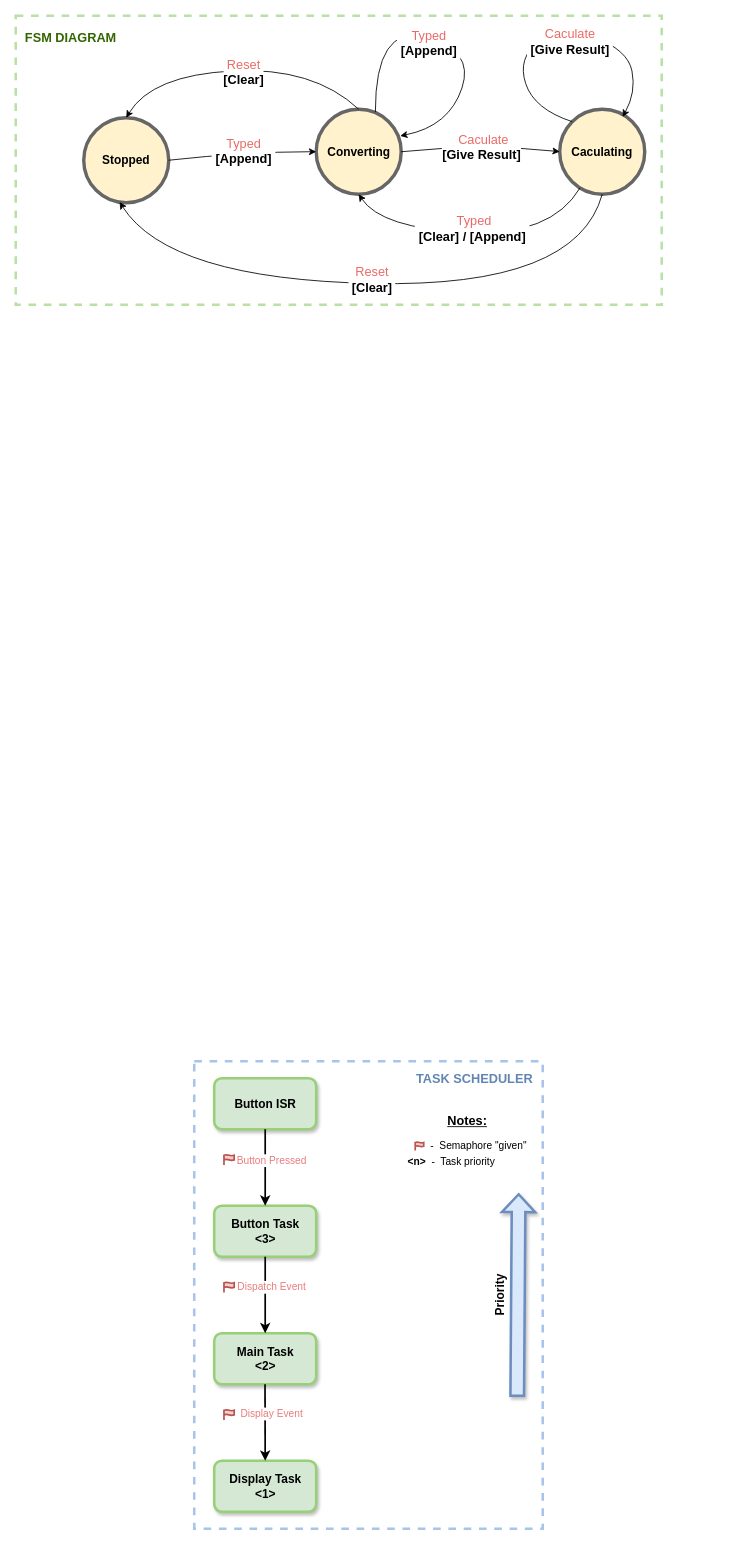
The draw.io diagram Untitled Diagram.drawio in trieu1162000/AESP, before the edit. Source tidied: cells renumbered, new cells numbered last; positions are measured from the earlier drawing's top-left corner, leaving out a move shared by most shapes. Both pictures are drawn from the tidied source at 85%, with x=0, y=0 at pixel (15, 15).
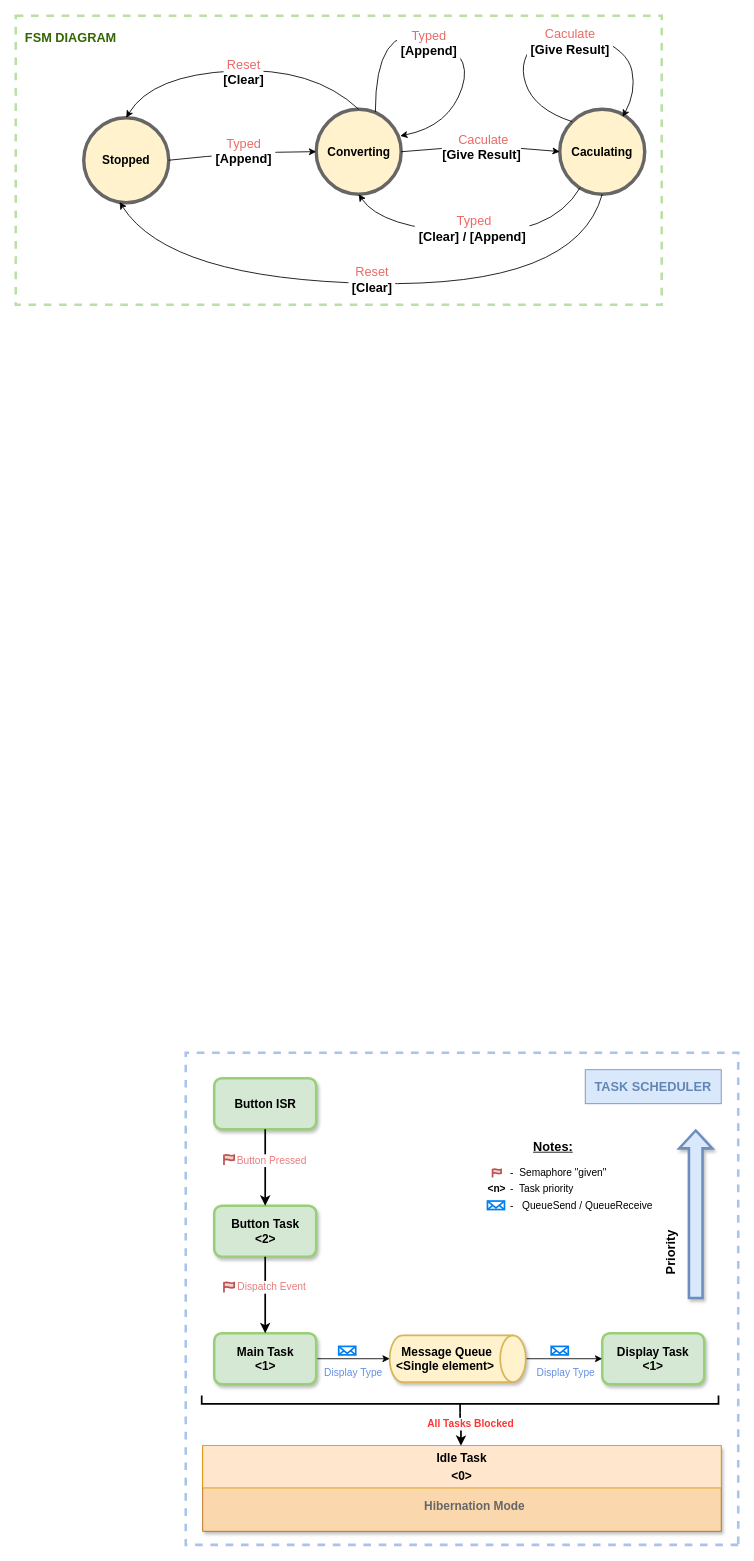
After the change.

Change to the diagram source:
```diff
@@
-    <mxCell id="3" style="rounded=0;whiteSpace=wrap;html=1;strokeColor=#A9C4EB;align=center;verticalAlign=middle;fontFamily=Helvetica;fontSize=12;fontColor=default;fillColor=default;dashed=1;shadow=0;glass=0;perimeterSpacing=0;strokeWidth=3;" parent="1" vertex="1">
-      <mxGeometry x="210" y="1230" width="410" height="550" as="geometry" />
+    <mxCell id="3" style="rounded=0;whiteSpace=wrap;html=1;strokeColor=#A9C4EB;align=center;verticalAlign=middle;fontFamily=Helvetica;fontSize=12;fontColor=default;fillColor=default;dashed=1;shadow=0;glass=0;perimeterSpacing=0;strokeWidth=3;direction=west;" parent="1" vertex="1">
+      <mxGeometry x="200" y="1220" width="650" height="579" as="geometry" />
     </mxCell>
@@
-    <mxCell id="20" value="&lt;b style=&quot;font-size: 14px;&quot;&gt;&lt;font style=&quot;font-size: 14px;&quot;&gt;Button Task&lt;br&gt;&amp;lt;3&amp;gt;&lt;br&gt;&lt;/font&gt;&lt;/b&gt;" style="rounded=1;whiteSpace=wrap;html=1;fillColor=#D5E8D4;strokeWidth=3;strokeColor=#97D077;shadow=1;" parent="1" vertex="1">
+    <mxCell id="20" value="&lt;b style=&quot;font-size: 14px;&quot;&gt;&lt;font style=&quot;font-size: 14px;&quot;&gt;Button Task&lt;br&gt;&amp;lt;2&amp;gt;&lt;br&gt;&lt;/font&gt;&lt;/b&gt;" style="rounded=1;whiteSpace=wrap;html=1;fillColor=#D5E8D4;strokeWidth=3;strokeColor=#97D077;shadow=1;" parent="1" vertex="1">
       <mxGeometry x="233.5" y="1400" width="120" height="60" as="geometry" />
     </mxCell>
+    <mxCell id="41" style="edgeStyle=orthogonalEdgeStyle;rounded=0;jettySize=auto;html=1;" parent="1" edge="1" source="21" target="43">
+      <mxGeometry relative="1" as="geometry" />
+    </mxCell>
-    <mxCell id="21" value="&lt;b style=&quot;font-size: 14px;&quot;&gt;&lt;font style=&quot;font-size: 14px;&quot;&gt;Main Task&lt;br&gt;&amp;lt;2&amp;gt;&lt;br&gt;&lt;/font&gt;&lt;/b&gt;" style="rounded=1;whiteSpace=wrap;html=1;fillColor=#D5E8D4;shadow=1;strokeColor=#97D077;strokeWidth=3;" parent="1" vertex="1">
+    <mxCell id="21" value="&lt;b style=&quot;font-size: 14px;&quot;&gt;&lt;font style=&quot;font-size: 14px;&quot;&gt;Main Task&lt;br&gt;&amp;lt;1&amp;gt;&lt;br&gt;&lt;/font&gt;&lt;/b&gt;" style="rounded=1;whiteSpace=wrap;html=1;fillColor=#D5E8D4;shadow=1;strokeColor=#97D077;strokeWidth=3;" parent="1" vertex="1">
       <mxGeometry x="233.5" y="1550" width="120" height="60" as="geometry" />
     </mxCell>
@@
     <mxCell id="24" value="&lt;b style=&quot;font-size: 14px;&quot;&gt;&lt;font style=&quot;font-size: 14px;&quot;&gt;Display Task&lt;br&gt;&amp;lt;1&amp;gt;&lt;br&gt;&lt;/font&gt;&lt;/b&gt;" style="rounded=1;whiteSpace=wrap;html=1;fillColor=#D5E8D4;strokeColor=#97D077;shadow=1;strokeWidth=3;" parent="1" vertex="1">
-      <mxGeometry x="233.5" y="1700" width="120" height="60" as="geometry" />
+      <mxGeometry x="690" y="1550" width="120" height="60" as="geometry" />
     </mxCell>
-    <mxCell id="25" value="&lt;span style=&quot;font-size: 15px;&quot;&gt;&lt;b&gt;&lt;font color=&quot;#6286b3&quot;&gt;TASK SCHEDULER&lt;/font&gt;&lt;br&gt;&lt;/b&gt;&lt;/span&gt;" style="text;html=1;strokeColor=none;fillColor=none;align=center;verticalAlign=middle;whiteSpace=wrap;rounded=0;fontSize=12;fontFamily=Helvetica;fontColor=default;" parent="1" vertex="1">
-      <mxGeometry x="470" y="1230" width="140" height="40" as="geometry" />
+    <mxCell id="25" value="&lt;span style=&quot;font-size: 15px;&quot;&gt;&lt;b&gt;&lt;font color=&quot;#6286b3&quot;&gt;TASK SCHEDULER&lt;/font&gt;&lt;br&gt;&lt;/b&gt;&lt;/span&gt;" style="text;html=1;strokeColor=#6c8ebf;fillColor=#dae8fc;align=center;verticalAlign=middle;whiteSpace=wrap;rounded=0;fontSize=12;fontFamily=Helvetica;" parent="1" vertex="1">
+      <mxGeometry x="670" y="1240" width="160" height="40" as="geometry" />
     </mxCell>
@@
-    <mxCell id="27" value="&lt;font style=&quot;&quot;&gt;&lt;font size=&quot;1&quot; style=&quot;&quot;&gt;&lt;b style=&quot;font-size: 14px;&quot;&gt;Priority&lt;/b&gt;&lt;/font&gt;&lt;br&gt;&lt;/font&gt;" style="text;html=1;strokeColor=none;fillColor=none;align=center;verticalAlign=middle;whiteSpace=wrap;rounded=0;fontSize=12;fontFamily=Helvetica;fontColor=default;rotation=-90;" parent="1" vertex="1">
-      <mxGeometry x="540" y="1490" width="60" height="30" as="geometry" />
+    <mxCell id="27" value="&lt;font style=&quot;&quot;&gt;&lt;font size=&quot;1&quot; style=&quot;&quot;&gt;&lt;b style=&quot;font-size: 15px;&quot;&gt;Priority&lt;/b&gt;&lt;/font&gt;&lt;br&gt;&lt;/font&gt;" style="text;html=1;strokeColor=none;fillColor=none;align=center;verticalAlign=middle;whiteSpace=wrap;rounded=0;fontSize=12;fontFamily=Helvetica;fontColor=default;rotation=-90;" parent="1" vertex="1">
+      <mxGeometry x="740" y="1440" width="60" height="30" as="geometry" />
     </mxCell>
-    <mxCell id="28" style="shape=flexArrow;endArrow=classic;html=1;rounded=0;fontFamily=Helvetica;fontSize=12;fontColor=default;shadow=1;strokeColor=#6c8ebf;fillColor=#dae8fc;strokeWidth=3;width=14;" parent="1" edge="1">
-      <mxGeometry relative="1" as="geometry">
-        <mxPoint x="590" y="1625" as="sourcePoint" />
-        <mxPoint x="591.7" y="1385" as="targetPoint" />
-      </mxGeometry>
-    </mxCell>
@@
-    <mxCell id="35" style="curved=1;endArrow=classic;html=1;rounded=0;exitX=0.5;exitY=1;exitDx=0;exitDy=0;entryX=0.5;entryY=0;entryDx=0;entryDy=0;strokeWidth=2;" parent="1" edge="1" target="24">
-      <mxGeometry relative="1" as="geometry">
-        <mxPoint x="293.3" y="1610" as="sourcePoint" />
-      </mxGeometry>
-    </mxCell>
-    <mxCell id="36" value="&lt;font style=&quot;&quot;&gt;&lt;font style=&quot;font-size: 12px;&quot;&gt;Display Event&lt;/font&gt;&lt;br&gt;&lt;/font&gt;" style="edgeLabel;html=1;align=center;verticalAlign=middle;fontColor=#e87d7d;" parent="35" vertex="1">
-      <mxGeometry x="0.05" y="5" relative="1" as="geometry">
-        <mxPoint x="2" y="-12" as="offset" />
-      </mxGeometry>
-    </mxCell>
-    <mxCell id="37" style="html=1;verticalLabelPosition=bottom;align=center;labelBackgroundColor=#ffffff;verticalAlign=top;strokeWidth=2;strokeColor=#b85450;shadow=0;dashed=0;shape=mxgraph.ios7.icons.flag;fillColor=#f8cecc;" parent="1" vertex="1">
-      <mxGeometry x="245" y="1640" width="12" height="12" as="geometry" />
-    </mxCell>
     <mxCell id="38" value="&lt;font style=&quot;font-size: 15px;&quot;&gt;&lt;br&gt;&lt;/font&gt;" style="edgeLabel;html=1;align=center;verticalAlign=middle;fontColor=#e87d7d;" parent="1" vertex="1">
-      <mxGeometry x="570" y="1290" as="geometry" />
+      <mxGeometry x="671" y="1332.5" as="geometry" />
     </mxCell>
-    <mxCell id="39" value="&lt;p style=&quot;line-height: 140%;&quot;&gt;&lt;font style=&quot;font-size: 12px;&quot;&gt;&lt;b style=&quot;font-size: 15px;&quot;&gt;&lt;u&gt;Notes:&lt;/u&gt;&lt;/b&gt;&lt;br&gt;&lt;/font&gt;&lt;/p&gt;&lt;div style=&quot;text-align: left; line-height: 180%;&quot;&gt;&lt;font style=&quot;font-size: 12px;&quot;&gt;&lt;span style=&quot;&quot;&gt;&amp;nbsp; &amp;nbsp; &amp;nbsp; &amp;nbsp; -&amp;nbsp; Semaphore &quot;given&quot;&lt;/span&gt;&lt;/font&gt;&lt;/div&gt;&lt;div style=&quot;text-align: left;&quot;&gt;&lt;font style=&quot;font-size: 12px;&quot;&gt;&lt;span style=&quot;&quot;&gt;&lt;b&gt;&amp;lt;n&amp;gt;&lt;/b&gt;&amp;nbsp; -&amp;nbsp; Task priority&lt;/span&gt;&lt;/font&gt;&lt;/div&gt;&lt;font style=&quot;font-size: 12px;&quot;&gt;&lt;br&gt;&lt;/font&gt;&lt;p&gt;&lt;/p&gt;" style="edgeLabel;html=1;align=center;verticalAlign=middle;" parent="1" vertex="1">
-      <mxGeometry x="530" y="1330" as="geometry" />
+    <mxCell id="39" value="&lt;p style=&quot;line-height: 140%;&quot;&gt;&lt;font style=&quot;font-size: 12px;&quot;&gt;&lt;b style=&quot;font-size: 15px;&quot;&gt;&lt;u&gt;Notes:&lt;/u&gt;&lt;/b&gt;&lt;br&gt;&lt;/font&gt;&lt;/p&gt;&lt;blockquote style=&quot;margin: 0 0 0 40px; border: none; padding: 0px;&quot;&gt;&lt;/blockquote&gt;&lt;blockquote style=&quot;margin: 0px 0px 0px 40px; border: none; padding: 0px; line-height: 170%;&quot;&gt;&lt;div style=&quot;text-align: left; line-height: 170%;&quot;&gt;&lt;span style=&quot;font-size: 12px;&quot;&gt;&lt;span style=&quot;white-space: pre;&quot;&gt;&#9;&lt;/span&gt;-&amp;nbsp; Semaphore &quot;given&quot;&lt;/span&gt;&lt;/div&gt;&lt;b style=&quot;font-size: 12px;&quot;&gt;&lt;div style=&quot;text-align: left; line-height: 170%;&quot;&gt;&lt;b&gt;&amp;lt;n&amp;gt;&lt;/b&gt;&lt;span style=&quot;font-weight: normal;&quot;&gt;&amp;nbsp;&lt;span style=&quot;white-space: pre;&quot;&gt;&#9;&lt;/span&gt;-&amp;nbsp; Task priority&lt;/span&gt;&lt;/div&gt;&lt;/b&gt;&lt;div style=&quot;text-align: left; line-height: 170%;&quot;&gt;&lt;font style=&quot;font-size: 12px;&quot;&gt;&lt;span style=&quot;&quot;&gt;&lt;span style=&quot;white-space: pre;&quot;&gt;&#9;&lt;/span&gt;-&amp;nbsp; &amp;nbsp;QueueSend / QueueReceive&lt;/span&gt;&lt;/font&gt;&lt;/div&gt;&lt;/blockquote&gt;&lt;blockquote style=&quot;margin: 0 0 0 40px; border: none; padding: 0px;&quot;&gt;&lt;/blockquote&gt;&lt;font style=&quot;font-size: 12px;&quot;&gt;&lt;br&gt;&lt;/font&gt;&lt;p&gt;&lt;/p&gt;" style="edgeLabel;html=1;align=center;verticalAlign=middle;" parent="1" vertex="1">
+      <mxGeometry x="631" y="1372.5" as="geometry" />
     </mxCell>
     <mxCell id="40" style="html=1;verticalLabelPosition=bottom;align=center;labelBackgroundColor=#ffffff;verticalAlign=top;strokeWidth=2;strokeColor=#b85450;shadow=0;dashed=0;shape=mxgraph.ios7.icons.flag;fillColor=#f8cecc;" parent="1" vertex="1">
-      <mxGeometry x="470" y="1325" width="10" height="10" as="geometry" />
+      <mxGeometry x="561" y="1356.8" width="10" height="10" as="geometry" />
     </mxCell>
+    <mxCell id="42" style="edgeStyle=orthogonalEdgeStyle;rounded=0;jettySize=auto;html=1;entryX=0;entryY=0.5;entryDx=0;entryDy=0;" parent="1" edge="1" source="43" target="24">
+      <mxGeometry relative="1" as="geometry" />
+    </mxCell>
+    <mxCell id="43" value="&lt;div style=&quot;font-size: 14px;&quot;&gt;&lt;font style=&quot;font-size: 14px;&quot;&gt;Message Queue&lt;/font&gt;&lt;/div&gt;&lt;div style=&quot;font-size: 14px;&quot;&gt;&lt;font style=&quot;font-size: 14px;&quot;&gt;&amp;lt;Single element&amp;gt;&amp;nbsp;&lt;/font&gt;&lt;/div&gt;" style="shape=cylinder3;whiteSpace=wrap;html=1;boundedLbl=1;backgroundOutline=1;size=15;rotation=0;align=center;flipV=1;flipH=1;direction=north;fillColor=#fff2cc;strokeColor=#d6b656;fontStyle=1;strokeWidth=2;shadow=1;" parent="1" vertex="1">
+      <mxGeometry x="440" y="1552.5" width="160" height="55" as="geometry" />
+    </mxCell>
+    <mxCell id="44" style="strokeWidth=2;html=1;shape=mxgraph.flowchart.annotation_2;align=left;labelPosition=right;rotation=-90;" parent="1" vertex="1">
+      <mxGeometry x="512.8" y="1329.2" width="20" height="608" as="geometry" />
+    </mxCell>
+    <mxCell id="45" style="html=1;verticalLabelPosition=bottom;align=center;labelBackgroundColor=#ffffff;verticalAlign=top;strokeWidth=2;strokeColor=#0080F0;shadow=0;dashed=0;shape=mxgraph.ios7.icons.mail;" parent="1" vertex="1">
+      <mxGeometry x="380" y="1565.5" width="20" height="10" as="geometry" />
+    </mxCell>
+    <mxCell id="46" style="html=1;verticalLabelPosition=bottom;align=center;labelBackgroundColor=#ffffff;verticalAlign=top;strokeWidth=2;strokeColor=#0080F0;shadow=0;dashed=0;shape=mxgraph.ios7.icons.mail;" parent="1" vertex="1">
+      <mxGeometry x="630" y="1565.5" width="20" height="10" as="geometry" />
+    </mxCell>
+    <mxCell id="47" value="&lt;font style=&quot;&quot;&gt;&lt;font color=&quot;#6590e6&quot; style=&quot;font-size: 12px;&quot;&gt;Display Type&lt;/font&gt;&lt;br&gt;&lt;/font&gt;" style="edgeLabel;html=1;align=center;verticalAlign=middle;fontColor=#e87d7d;" parent="1" vertex="1">
+      <mxGeometry x="400" y="1600" as="geometry">
+        <mxPoint x="-4" y="-4" as="offset" />
+      </mxGeometry>
+    </mxCell>
+    <mxCell id="48" style="shape=flexArrow;endArrow=classic;html=1;rounded=0;fontFamily=Helvetica;fontSize=12;fontColor=default;shadow=1;strokeColor=#6c8ebf;fillColor=#dae8fc;strokeWidth=3;width=14;entryX=0.082;entryY=0.869;entryDx=0;entryDy=0;entryPerimeter=0;" parent="1" edge="1">
+      <mxGeometry relative="1" as="geometry">
+        <mxPoint x="800" y="1510" as="sourcePoint" />
+        <mxPoint x="800" y="1310" as="targetPoint" />
+      </mxGeometry>
+    </mxCell>
+    <mxCell id="49" style="html=1;verticalLabelPosition=bottom;align=center;labelBackgroundColor=#ffffff;verticalAlign=top;strokeWidth=2;strokeColor=#0080F0;shadow=0;dashed=0;shape=mxgraph.ios7.icons.mail;" parent="1" vertex="1">
+      <mxGeometry x="555" y="1394.5" width="20" height="10" as="geometry" />
+    </mxCell>
+    <mxCell id="50" style="strokeWidth=1;shadow=1;dashed=0;align=right;html=1;shape=mxgraph.mockup.forms.rrect;rSize=0;fontStyle=1;labelBorderColor=none;labelBackgroundColor=none;fillColor=#fad7ac;strokeColor=#b46504;" parent="1" vertex="1">
+      <mxGeometry x="220" y="1683" width="610" height="100" as="geometry" />
+    </mxCell>
+    <mxCell id="51" value="&lt;font style=&quot;font-size: 14px;&quot;&gt;&lt;b&gt;Idle Task&lt;/b&gt;&lt;/font&gt;&lt;div&gt;&lt;font style=&quot;font-size: 14px;&quot;&gt;&lt;b&gt;&amp;lt;0&amp;gt;&lt;/b&gt;&lt;/font&gt;&lt;/div&gt;" style="strokeWidth=1;shadow=0;dashed=0;align=center;html=1;shape=mxgraph.mockup.forms.rrect;rSize=0;strokeColor=#d79b00;fontSize=17;fillColor=#ffe6cc;whiteSpace=wrap;" parent="50" vertex="1">
+      <mxGeometry width="610" height="50" relative="1" as="geometry">
+        <mxPoint y="-1" as="offset" />
+      </mxGeometry>
+    </mxCell>
+    <mxCell id="52" value="&lt;div style=&quot;&quot;&gt;&lt;b style=&quot;background-color: initial;&quot;&gt;&lt;font style=&quot;font-size: 14px;&quot;&gt;&lt;span style=&quot;white-space: pre;&quot;&gt;&#9;&lt;/span&gt;&lt;span style=&quot;white-space: pre;&quot;&gt;&#9;&lt;/span&gt;&lt;span style=&quot;white-space: pre;&quot;&gt;&#9;&lt;/span&gt;&lt;span style=&quot;white-space: pre;&quot;&gt;&#9;&lt;/span&gt;&lt;span style=&quot;white-space: pre;&quot;&gt;&#9;&lt;/span&gt;&lt;span style=&quot;white-space: pre;&quot;&gt;&#9;&lt;/span&gt;&lt;span style=&quot;white-space: pre;&quot;&gt;&#9;&lt;/span&gt;&lt;span style=&quot;white-space: pre;&quot;&gt;&#9;&lt;/span&gt;Hibernation Mode&lt;/font&gt;&lt;/b&gt;&lt;/div&gt;" style="strokeWidth=1;shadow=0;dashed=0;align=right;html=1;shape=mxgraph.mockup.forms.anchor;fontSize=17;fontColor=#666666;align=left;spacingLeft=5;whiteSpace=wrap;" parent="50" vertex="1">
+      <mxGeometry width="569.33" height="20" relative="1" as="geometry">
+        <mxPoint x="5" y="60" as="offset" />
+      </mxGeometry>
+    </mxCell>
+    <mxCell id="53" value="&lt;font style=&quot;&quot;&gt;&lt;font color=&quot;#6590e6&quot; style=&quot;font-size: 12px;&quot;&gt;Display Type&lt;/font&gt;&lt;br&gt;&lt;/font&gt;" style="edgeLabel;html=1;align=center;verticalAlign=middle;fontColor=#e87d7d;" parent="1" vertex="1">
+      <mxGeometry x="650" y="1600" as="geometry">
+        <mxPoint x="-4" y="-4" as="offset" />
+      </mxGeometry>
+    </mxCell>
+    <mxCell id="54" style="edgeStyle=orthogonalEdgeStyle;rounded=0;jettySize=auto;html=1;entryX=0.498;entryY=0.007;entryDx=0;entryDy=0;entryPerimeter=0;strokeWidth=2;" parent="1" edge="1" source="44" target="51">
+      <mxGeometry relative="1" as="geometry" />
+    </mxCell>
+    <mxCell id="55" value="&lt;font style=&quot;&quot;&gt;&lt;font color=&quot;#ff3333&quot; style=&quot;font-size: 12px;&quot;&gt;&lt;b&gt;All Tasks Blocked&lt;/b&gt;&lt;/font&gt;&lt;br&gt;&lt;/font&gt;" style="edgeLabel;html=1;align=center;verticalAlign=middle;fontColor=#e87d7d;" parent="1" vertex="1">
+      <mxGeometry x="555" y="1650" as="geometry">
+        <mxPoint x="-21" y="6" as="offset" />
+      </mxGeometry>
+    </mxCell>
```
